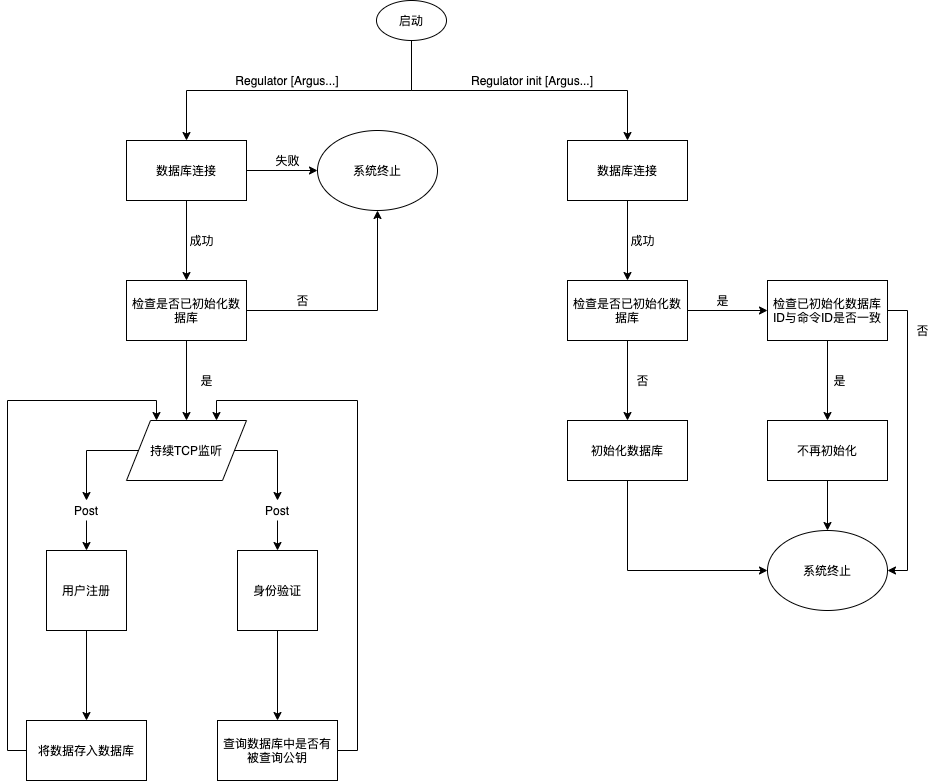
This is Regulator/img/启动流程图.png from xdlianrong/Geth-Comments, a draw.io export, as it was before one commit. Source tidied: cells renumbered, new cells last; positions are measured from the earlier drawing's top-left corner, leaving out a move shared by most shapes.
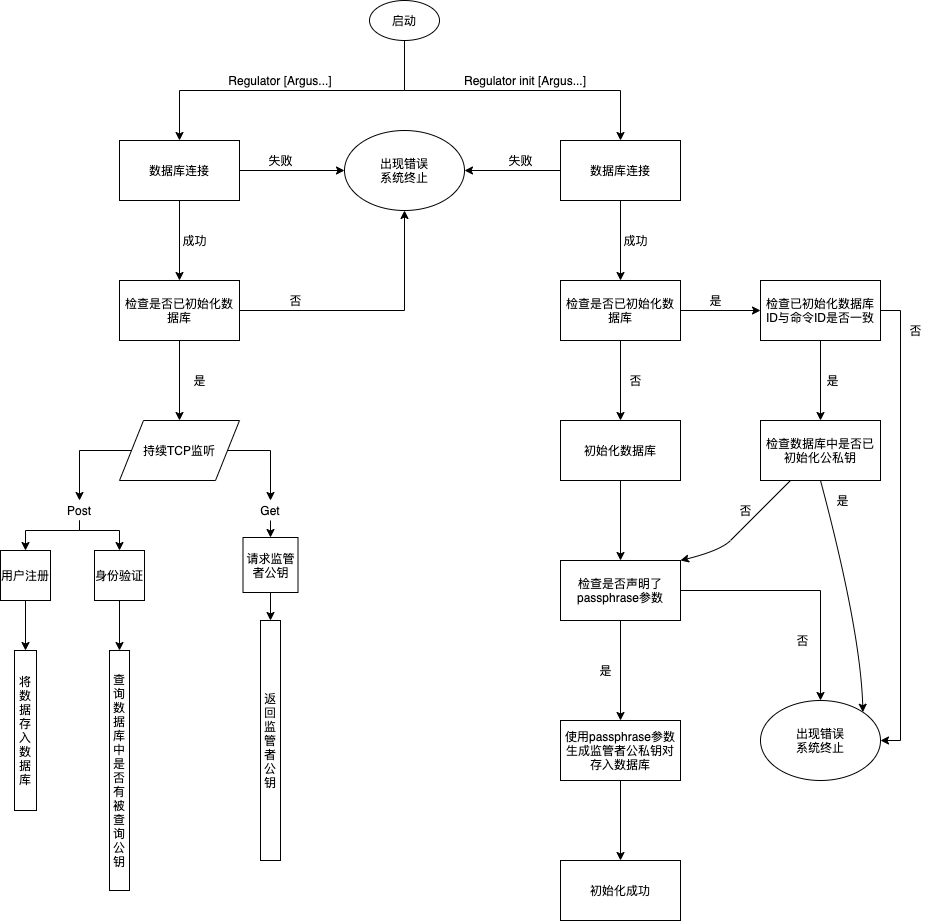
The same diagram one commit later.

The edit, as a diff of the source:
```diff
@@ -38,8 +38,8 @@
     <mxCell id="10" value="数据库连接" style="whiteSpace=wrap;html=1;" parent="1" vertex="1">
       <mxGeometry x="119" y="140" width="120" height="60" as="geometry" />
     </mxCell>
-    <mxCell id="11" value="系统终止" style="ellipse;whiteSpace=wrap;html=1;" parent="1" vertex="1">
-      <mxGeometry x="310" y="130" width="120" height="80" as="geometry" />
+    <mxCell id="11" value="出现错误&lt;br&gt;系统终止" style="ellipse;whiteSpace=wrap;html=1;" parent="1" vertex="1">
+      <mxGeometry x="344" y="130" width="120" height="80" as="geometry" />
     </mxCell>
     <mxCell id="12" value="失败" style="text;html=1;align=center;verticalAlign=middle;" parent="1" vertex="1">
       <mxGeometry x="260" y="150" width="40" height="20" as="geometry" />
@@ -50,6 +50,9 @@
     <mxCell id="14" value="是" style="text;html=1;align=center;verticalAlign=middle;" parent="1" vertex="1">
       <mxGeometry x="184" y="370" width="30" height="20" as="geometry" />
     </mxCell>
+    <mxCell id="51" style="edgeStyle=orthogonalEdgeStyle;rounded=0;jettySize=auto;html=1;entryX=1;entryY=0.5;entryDx=0;entryDy=0;" parent="1" edge="1" source="15" target="11">
+      <mxGeometry relative="1" as="geometry" />
+    </mxCell>
     <mxCell id="15" value="数据库连接" style="whiteSpace=wrap;html=1;" parent="1" vertex="1">
       <mxGeometry x="560" y="140" width="120" height="60" as="geometry" />
     </mxCell>
@@ -90,8 +93,8 @@
     <mxCell id="26" value="是" style="text;html=1;align=center;verticalAlign=middle;" parent="1" vertex="1">
       <mxGeometry x="700" y="290" width="30" height="20" as="geometry" />
     </mxCell>
-    <mxCell id="27" value="系统终止" style="ellipse;whiteSpace=wrap;html=1;" parent="1" vertex="1">
-      <mxGeometry x="760" y="530" width="120" height="80" as="geometry" />
+    <mxCell id="27" value="出现错误&lt;br&gt;系统终止" style="ellipse;whiteSpace=wrap;html=1;" parent="1" vertex="1">
+      <mxGeometry x="760" y="700" width="120" height="80" as="geometry" />
     </mxCell>
     <mxCell id="28" value="是" style="text;html=1;align=center;verticalAlign=middle;" parent="1" vertex="1">
       <mxGeometry x="817" y="370" width="30" height="20" as="geometry" />
@@ -99,15 +102,12 @@
     <mxCell id="29" value="否" style="text;html=1;align=center;verticalAlign=middle;" parent="1" vertex="1">
       <mxGeometry x="900" y="320" width="30" height="20" as="geometry" />
     </mxCell>
-    <mxCell id="30" style="edgeStyle=orthogonalEdgeStyle;rounded=0;jettySize=auto;html=1;" parent="1" edge="1" source="31" target="27">
-      <mxGeometry relative="1" as="geometry" />
-    </mxCell>
-    <mxCell id="31" value="不再初始化" style="whiteSpace=wrap;html=1;" parent="1" vertex="1">
+    <mxCell id="31" value="检查数据库中是否已初始化公私钥" style="whiteSpace=wrap;html=1;" parent="1" vertex="1">
       <mxGeometry x="760" y="420" width="120" height="60" as="geometry" />
     </mxCell>
-    <mxCell id="32" style="edgeStyle=orthogonalEdgeStyle;rounded=0;jettySize=auto;html=1;exitX=0.5;exitY=1;exitDx=0;exitDy=0;entryX=0;entryY=0.5;entryDx=0;entryDy=0;" parent="1" edge="1" source="33" target="27">
-      <mxGeometry relative="1" as="geometry" />
-    </mxCell>
+    <mxCell id="52" style="edgeStyle=orthogonalEdgeStyle;rounded=0;jettySize=auto;html=1;" parent="1" edge="1" source="33" target="58">
+      <mxGeometry relative="1" as="geometry" />
+    </mxCell>
     <mxCell id="33" value="初始化数据库" style="whiteSpace=wrap;html=1;" parent="1" vertex="1">
       <mxGeometry x="560" y="420" width="120" height="60" as="geometry" />
     </mxCell>
@@ -117,12 +117,6 @@
     <mxCell id="35" value="否" style="text;html=1;align=center;verticalAlign=middle;" parent="1" vertex="1">
       <mxGeometry x="280" y="290" width="30" height="20" as="geometry" />
     </mxCell>
-    <mxCell id="36" style="edgeStyle=orthogonalEdgeStyle;rounded=0;jettySize=auto;html=1;entryX=0.5;entryY=0;entryDx=0;entryDy=0;" parent="1" edge="1" source="43" target="40">
-      <mxGeometry relative="1" as="geometry" />
-    </mxCell>
-    <mxCell id="37" style="edgeStyle=orthogonalEdgeStyle;rounded=0;jettySize=auto;html=1;entryX=0.5;entryY=0;entryDx=0;entryDy=0;" parent="1" edge="1" source="45" target="42">
-      <mxGeometry relative="1" as="geometry" />
-    </mxCell>
     <mxCell id="38" value="&lt;span&gt;持续TCP监听&lt;/span&gt;" style="shape=parallelogram;perimeter=parallelogramPerimeter;whiteSpace=wrap;html=1;" parent="1" vertex="1">
       <mxGeometry x="119" y="420" width="120" height="60" as="geometry" />
     </mxCell>
@@ -130,43 +124,107 @@
       <mxGeometry relative="1" as="geometry" />
     </mxCell>
     <mxCell id="40" value="用户注册" style="whiteSpace=wrap;html=1;" parent="1" vertex="1">
-      <mxGeometry x="39" y="550" width="80" height="80" as="geometry" />
+      <mxGeometry y="550" width="50" height="50" as="geometry" />
     </mxCell>
-    <mxCell id="41" style="edgeStyle=orthogonalEdgeStyle;rounded=0;jettySize=auto;html=1;" parent="1" edge="1" source="42" target="50">
+    <mxCell id="41" style="edgeStyle=orthogonalEdgeStyle;rounded=0;jettySize=auto;html=1;fillColor=none;" parent="1" edge="1" source="42" target="50">
       <mxGeometry relative="1" as="geometry" />
     </mxCell>
     <mxCell id="42" value="身份验证" style="whiteSpace=wrap;html=1;" parent="1" vertex="1">
-      <mxGeometry x="230" y="550" width="80" height="80" as="geometry" />
+      <mxGeometry x="94" y="550" width="50" height="50" as="geometry" />
     </mxCell>
+    <mxCell id="36" style="edgeStyle=orthogonalEdgeStyle;rounded=0;jettySize=auto;html=1;exitX=0.5;exitY=1;exitDx=0;exitDy=0;entryX=0.5;entryY=0;entryDx=0;entryDy=0;fillColor=none;" parent="1" edge="1" source="43" target="40">
+      <mxGeometry relative="1" as="geometry">
+        <Array as="points">
+          <mxPoint x="79" y="530" />
+          <mxPoint x="25" y="530" />
+        </Array>
+      </mxGeometry>
+    </mxCell>
+    <mxCell id="53" style="edgeStyle=orthogonalEdgeStyle;rounded=0;jettySize=auto;html=1;exitX=0.5;exitY=1;exitDx=0;exitDy=0;entryX=0.5;entryY=0;entryDx=0;entryDy=0;" parent="1" edge="1" source="43" target="42">
+      <mxGeometry relative="1" as="geometry">
+        <Array as="points">
+          <mxPoint x="79" y="530" />
+          <mxPoint x="119" y="530" />
+        </Array>
+      </mxGeometry>
+    </mxCell>
     <mxCell id="43" value="Post" style="text;html=1;strokeColor=none;fillColor=none;align=center;verticalAlign=middle;whiteSpace=wrap;rounded=0;" parent="1" vertex="1">
       <mxGeometry x="59" y="500" width="40" height="20" as="geometry" />
     </mxCell>
     <mxCell id="44" style="edgeStyle=orthogonalEdgeStyle;rounded=0;jettySize=auto;html=1;entryX=0.5;entryY=0;entryDx=0;entryDy=0;" parent="1" edge="1" source="38" target="43">
       <mxGeometry relative="1" as="geometry" />
     </mxCell>
+    <mxCell id="54" style="edgeStyle=orthogonalEdgeStyle;rounded=0;jettySize=auto;html=1;exitX=0.5;exitY=1;exitDx=0;exitDy=0;entryX=0.5;entryY=0;entryDx=0;entryDy=0;" parent="1" edge="1" source="45" target="65">
+      <mxGeometry relative="1" as="geometry" />
+    </mxCell>
-    <mxCell id="45" value="Post" style="text;html=1;strokeColor=none;fillColor=none;align=center;verticalAlign=middle;whiteSpace=wrap;rounded=0;" parent="1" vertex="1">
+    <mxCell id="45" value="Get" style="text;html=1;strokeColor=none;fillColor=none;align=center;verticalAlign=middle;whiteSpace=wrap;rounded=0;" parent="1" vertex="1">
       <mxGeometry x="250" y="500" width="40" height="20" as="geometry" />
     </mxCell>
     <mxCell id="46" style="edgeStyle=orthogonalEdgeStyle;rounded=0;jettySize=auto;html=1;entryX=0.5;entryY=0;entryDx=0;entryDy=0;" parent="1" edge="1" source="38" target="45">
       <mxGeometry relative="1" as="geometry" />
     </mxCell>
-    <mxCell id="47" style="edgeStyle=orthogonalEdgeStyle;rounded=0;jettySize=auto;html=1;entryX=0.25;entryY=0;entryDx=0;entryDy=0;" parent="1" edge="1" source="48" target="38">
-      <mxGeometry relative="1" as="geometry">
-        <Array as="points">
-          <mxPoint y="750" />
-          <mxPoint y="400" />
-          <mxPoint x="149" y="400" />
-        </Array>
-      </mxGeometry>
-    </mxCell>
     <mxCell id="48" value="将数据存入数据库" style="whiteSpace=wrap;html=1;" parent="1" vertex="1">
-      <mxGeometry x="19" y="720" width="120" height="60" as="geometry" />
+      <mxGeometry x="14" y="650" width="22" height="160" as="geometry" />
     </mxCell>
-    <mxCell id="49" style="edgeStyle=orthogonalEdgeStyle;rounded=0;jettySize=auto;html=1;exitX=1;exitY=0.5;exitDx=0;exitDy=0;entryX=0.75;entryY=0;entryDx=0;entryDy=0;" parent="1" edge="1" source="50" target="38">
-      <mxGeometry relative="1" as="geometry" />
-    </mxCell>
     <mxCell id="50" value="查询数据库中是否有被查询公钥" style="whiteSpace=wrap;html=1;" parent="1" vertex="1">
-      <mxGeometry x="210" y="720" width="120" height="60" as="geometry" />
+      <mxGeometry x="109" y="650" width="20" height="240" as="geometry" />
     </mxCell>
+    <mxCell id="55" value="失败" style="text;html=1;align=center;verticalAlign=middle;" parent="1" vertex="1">
+      <mxGeometry x="500" y="150" width="40" height="20" as="geometry" />
+    </mxCell>
+    <mxCell id="56" style="edgeStyle=orthogonalEdgeStyle;rounded=0;jettySize=auto;html=1;" parent="1" edge="1" source="58" target="61">
+      <mxGeometry relative="1" as="geometry" />
+    </mxCell>
+    <mxCell id="57" style="edgeStyle=orthogonalEdgeStyle;rounded=0;jettySize=auto;html=1;exitX=1;exitY=0.5;exitDx=0;exitDy=0;entryX=0.5;entryY=0;entryDx=0;entryDy=0;fillColor=none;" parent="1" edge="1" source="58" target="27">
+      <mxGeometry relative="1" as="geometry" />
+    </mxCell>
+    <mxCell id="58" value="检查是否声明了passphrase参数" style="whiteSpace=wrap;html=1;" parent="1" vertex="1">
+      <mxGeometry x="560" y="560" width="120" height="60" as="geometry" />
+    </mxCell>
+    <mxCell id="59" value="是" style="text;html=1;align=center;verticalAlign=middle;" parent="1" vertex="1">
+      <mxGeometry x="590" y="660" width="30" height="20" as="geometry" />
+    </mxCell>
+    <mxCell id="60" style="edgeStyle=orthogonalEdgeStyle;rounded=0;jettySize=auto;html=1;" parent="1" edge="1" source="61" target="63">
+      <mxGeometry relative="1" as="geometry" />
+    </mxCell>
+    <mxCell id="61" value="使用passphrase参数生成监管者公私钥对存入数据库" style="whiteSpace=wrap;html=1;" parent="1" vertex="1">
+      <mxGeometry x="560" y="720" width="120" height="60" as="geometry" />
+    </mxCell>
+    <mxCell id="62" value="否" style="text;html=1;align=center;verticalAlign=middle;" parent="1" vertex="1">
+      <mxGeometry x="787" y="630" width="30" height="20" as="geometry" />
+    </mxCell>
+    <mxCell id="63" value="初始化成功" style="whiteSpace=wrap;html=1;" parent="1" vertex="1">
+      <mxGeometry x="560" y="860" width="120" height="60" as="geometry" />
+    </mxCell>
+    <mxCell id="64" style="edgeStyle=orthogonalEdgeStyle;rounded=0;jettySize=auto;html=1;fillColor=none;" parent="1" edge="1" source="65" target="66">
+      <mxGeometry relative="1" as="geometry" />
+    </mxCell>
+    <mxCell id="65" value="请求监管者公钥" style="whiteSpace=wrap;html=1;" parent="1" vertex="1">
+      <mxGeometry x="242.5" y="537" width="55" height="55" as="geometry" />
+    </mxCell>
+    <mxCell id="66" value="返回监管者公钥" style="whiteSpace=wrap;html=1;" parent="1" vertex="1">
+      <mxGeometry x="260" y="620" width="20" height="240" as="geometry" />
+    </mxCell>
+    <mxCell id="30" style="curved=1;endArrow=classic;html=1;fillColor=none;exitX=0.5;exitY=1;exitDx=0;exitDy=0;entryX=1;entryY=0;entryDx=0;entryDy=0;" parent="1" edge="1" source="31" target="27">
+      <mxGeometry relative="1" as="geometry">
+        <Array as="points">
+          <mxPoint x="860" y="630" />
+        </Array>
+      </mxGeometry>
+    </mxCell>
+    <mxCell id="67" value="是" style="text;html=1;align=center;verticalAlign=middle;" parent="1" vertex="1">
+      <mxGeometry x="827" y="490" width="30" height="20" as="geometry" />
+    </mxCell>
+    <mxCell id="68" style="curved=1;endArrow=classic;html=1;fillColor=none;entryX=1;entryY=0;entryDx=0;entryDy=0;exitX=0.25;exitY=1;exitDx=0;exitDy=0;" parent="1" edge="1" source="31" target="58">
+      <mxGeometry relative="1" as="geometry">
+        <Array as="points">
+          <mxPoint x="740" y="530" />
+          <mxPoint x="720" y="550" />
+        </Array>
+      </mxGeometry>
+    </mxCell>
+    <mxCell id="69" value="否" style="text;html=1;align=center;verticalAlign=middle;" parent="1" vertex="1">
+      <mxGeometry x="730" y="500" width="30" height="20" as="geometry" />
+    </mxCell>
   </root>
 </mxGraphModel>
```
